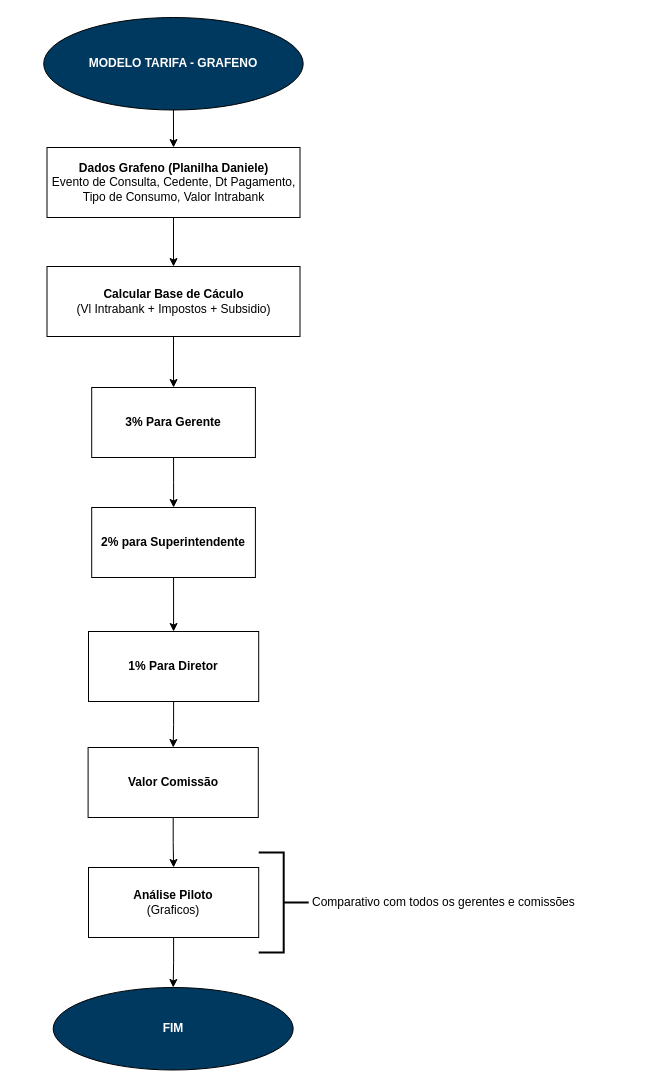
Earlier version of the draw.io diagram page "MODELO TARIFA - GRAFENO" (3 of 4) of FLUXOGRAMAS.drawio (henriquelima0/exercicios-fiap). Source tidied: cells renumbered, new cells numbered last; positions are measured from the earlier drawing's top-left corner, leaving out a move shared by most shapes. Both pictures are drawn from the tidied source at 100%, with x=0, y=0 at pixel (43, 17).
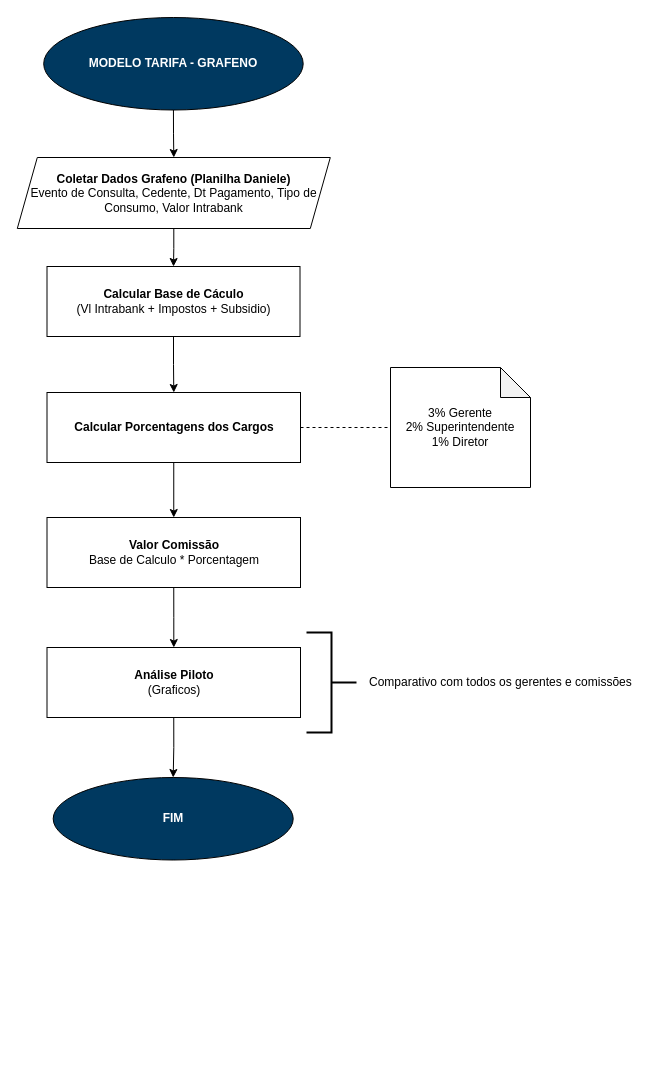
After the change.

The change refers to these unchanged cells:
```xml
<mxCell id="5" value="&lt;b&gt;Calcular Base de Cáculo &lt;/b&gt;&lt;br&gt;(Vl Intrabank + Impostos + Subsidio)" style="rounded=0;whiteSpace=wrap;html=1;" parent="1" vertex="1">
  <mxGeometry x="3.5" y="249" width="253" height="70" as="geometry" />
</mxCell>
<mxCell id="7" value="&lt;b&gt;&lt;font color=&quot;#ffffff&quot;&gt;MODELO TARIFA - GRAFENO&lt;/font&gt;&lt;/b&gt;" style="ellipse;whiteSpace=wrap;html=1;fillColor=#003960;" parent="1" vertex="1">
  <mxGeometry x="0.2" width="259.5" height="92.5" as="geometry" />
</mxCell>
```

The edit, as a diff of the source:
```diff
@@
-    <mxCell id="2" style="edgeStyle=orthogonalEdgeStyle;rounded=0;jettySize=auto;html=1;" parent="1" edge="1" source="3" target="5">
+    <mxCell id="2" style="edgeStyle=orthogonalEdgeStyle;rounded=0;jettySize=auto;html=1;exitX=0.5;exitY=1;exitDx=0;exitDy=0;" parent="1" edge="1" source="24" target="5">
       <mxGeometry relative="1" as="geometry" />
     </mxCell>
-    <mxCell id="3" value="&lt;div&gt;&lt;br&gt;&lt;/div&gt;&lt;b&gt;Dados Grafeno (Planilha Daniele)&lt;/b&gt;&lt;br&gt;Evento de Consulta, Cedente, Dt Pagamento, Tipo de Consumo, Valor Intrabank&lt;br&gt;&lt;div&gt;&lt;br&gt;&lt;/div&gt;" style="rounded=0;whiteSpace=wrap;html=1;" parent="1" vertex="1">
-      <mxGeometry x="3.5" y="130" width="253" height="70" as="geometry" />
-    </mxCell>
-    <mxCell id="4" style="edgeStyle=orthogonalEdgeStyle;rounded=0;jettySize=auto;html=1;exitX=0.5;exitY=1;exitDx=0;exitDy=0;entryX=0.5;entryY=0;entryDx=0;entryDy=0;" parent="1" edge="1" source="5" target="10">
+    <mxCell id="4" style="edgeStyle=orthogonalEdgeStyle;rounded=0;jettySize=auto;html=1;exitX=0.5;exitY=1;exitDx=0;exitDy=0;" parent="1" edge="1" source="5" target="12">
       <mxGeometry relative="1" as="geometry" />
     </mxCell>
@@
-    <mxCell id="6" style="edgeStyle=orthogonalEdgeStyle;rounded=0;jettySize=auto;html=1;exitX=0.5;exitY=1;exitDx=0;exitDy=0;" parent="1" edge="1" source="7" target="3">
+    <mxCell id="6" style="edgeStyle=orthogonalEdgeStyle;rounded=0;jettySize=auto;html=1;exitX=0.5;exitY=1;exitDx=0;exitDy=0;entryX=0.5;entryY=0;entryDx=0;entryDy=0;" parent="1" edge="1" source="7" target="24">
       <mxGeometry relative="1" as="geometry" />
     </mxCell>
@@
     <mxCell id="8" value="&lt;b&gt;&lt;font color=&quot;#ffffff&quot;&gt;FIM&lt;/font&gt;&lt;/b&gt;" style="ellipse;whiteSpace=wrap;html=1;fillColor=#003960;" parent="1" vertex="1">
-      <mxGeometry x="9.7" y="970" width="240" height="82.5" as="geometry" />
+      <mxGeometry x="9.7" y="760" width="240" height="82.5" as="geometry" />
     </mxCell>
-    <mxCell id="9" style="edgeStyle=orthogonalEdgeStyle;rounded=0;jettySize=auto;html=1;exitX=0.5;exitY=1;exitDx=0;exitDy=0;" parent="1" edge="1" source="10" target="12">
-      <mxGeometry relative="1" as="geometry" />
-    </mxCell>
-    <mxCell id="10" value="&lt;b&gt;3% Para Gerente&lt;/b&gt;" style="rounded=0;whiteSpace=wrap;html=1;" parent="1" vertex="1">
-      <mxGeometry x="48.2" y="370" width="163.7" height="70" as="geometry" />
-    </mxCell>
-    <mxCell id="11" style="edgeStyle=orthogonalEdgeStyle;rounded=0;jettySize=auto;html=1;exitX=0.5;exitY=1;exitDx=0;exitDy=0;entryX=0.5;entryY=0;entryDx=0;entryDy=0;" parent="1" edge="1" source="12" target="14">
-      <mxGeometry relative="1" as="geometry" />
-    </mxCell>
+    <mxCell id="21" style="edgeStyle=orthogonalEdgeStyle;rounded=0;jettySize=auto;html=1;exitX=0.5;exitY=1;exitDx=0;exitDy=0;entryX=0.5;entryY=0;entryDx=0;entryDy=0;" parent="1" edge="1" source="12" target="16">
+      <mxGeometry relative="1" as="geometry" />
+    </mxCell>
-    <mxCell id="12" value="&lt;b&gt;2% para Superintendente&lt;/b&gt;" style="rounded=0;whiteSpace=wrap;html=1;" parent="1" vertex="1">
-      <mxGeometry x="48.2" y="490" width="163.7" height="70" as="geometry" />
+    <mxCell id="12" value="&lt;b&gt;Calcular Porcentagens dos Cargos&lt;/b&gt;" style="rounded=0;whiteSpace=wrap;html=1;" parent="1" vertex="1">
+      <mxGeometry x="3.5" y="375" width="253.5" height="70" as="geometry" />
     </mxCell>
-    <mxCell id="13" style="edgeStyle=orthogonalEdgeStyle;rounded=0;jettySize=auto;html=1;exitX=0.5;exitY=1;exitDx=0;exitDy=0;entryX=0.5;entryY=0;entryDx=0;entryDy=0;" parent="1" edge="1" source="14" target="16">
-      <mxGeometry relative="1" as="geometry" />
-    </mxCell>
-    <mxCell id="14" value="&lt;b&gt;1% Para Diretor&lt;/b&gt;" style="rounded=0;whiteSpace=wrap;html=1;" parent="1" vertex="1">
-      <mxGeometry x="45" y="614" width="170.2" height="70" as="geometry" />
-    </mxCell>
@@
-    <mxCell id="16" value="&lt;b&gt;Valor Comissão&lt;/b&gt;" style="rounded=0;whiteSpace=wrap;html=1;" parent="1" vertex="1">
-      <mxGeometry x="44.6" y="730" width="170.2" height="70" as="geometry" />
+    <mxCell id="16" value="&lt;b&gt;Valor Comissão&lt;/b&gt;&lt;br&gt;Base de Calculo * Porcentagem" style="rounded=0;whiteSpace=wrap;html=1;" parent="1" vertex="1">
+      <mxGeometry x="3.5" y="500" width="253.5" height="70" as="geometry" />
     </mxCell>
@@
     <mxCell id="18" value="&lt;b&gt;Análise Piloto&lt;/b&gt;&lt;br&gt;(Graficos)" style="rounded=0;whiteSpace=wrap;html=1;" parent="1" vertex="1">
-      <mxGeometry x="45" y="850" width="170.2" height="70" as="geometry" />
+      <mxGeometry x="3.5" y="630" width="253.5" height="70" as="geometry" />
     </mxCell>
     <mxCell id="19" style="strokeWidth=2;html=1;shape=mxgraph.flowchart.annotation_2;align=left;labelPosition=right;direction=west;fillColor=#003960;" parent="1" vertex="1">
-      <mxGeometry x="215.2" y="835" width="50" height="100" as="geometry" />
+      <mxGeometry x="263" y="615" width="50" height="100" as="geometry" />
     </mxCell>
     <mxCell id="20" value="&lt;h1 style=&quot;margin-top: 0px;&quot;&gt;&lt;span style=&quot;font-size: 12px; font-weight: 400;&quot;&gt;Comparativo com todos os gerentes e comissões&lt;/span&gt;&lt;/h1&gt;&lt;div&gt;&lt;span style=&quot;font-size: 12px; font-weight: 400;&quot;&gt;&lt;br&gt;&lt;/span&gt;&lt;/div&gt;" style="text;html=1;whiteSpace=wrap;overflow=hidden;rounded=0;" parent="1" vertex="1">
-      <mxGeometry x="267" y="860" width="280" height="50" as="geometry" />
+      <mxGeometry x="324" y="640" width="280" height="50" as="geometry" />
     </mxCell>
+    <mxCell id="22" value="&lt;div&gt;3% Gerente&lt;br&gt;2% Superintendente&lt;/div&gt;1% Diretor" style="shape=note;whiteSpace=wrap;html=1;backgroundOutline=1;darkOpacity=0.05;" parent="1" vertex="1">
+      <mxGeometry x="347" y="350" width="140" height="120" as="geometry" />
+    </mxCell>
+    <mxCell id="23" style="endArrow=none;dashed=1;html=1;rounded=0;entryX=0;entryY=0.5;entryDx=0;entryDy=0;entryPerimeter=0;exitX=1;exitY=0.5;exitDx=0;exitDy=0;" parent="1" edge="1" source="12" target="22">
+      <mxGeometry relative="1" as="geometry" />
+    </mxCell>
+    <mxCell id="24" value="&lt;div&gt;&lt;br&gt;&lt;/div&gt;&lt;div&gt;&lt;b&gt;Coletar Dados Grafeno (Planilha Daniele)&lt;/b&gt;&lt;br&gt;Evento de Consulta, Cedente, Dt Pagamento, Tipo de Consumo, Valor Intrabank&lt;br&gt;&lt;div&gt;&lt;br&gt;&lt;/div&gt;&lt;/div&gt;" style="shape=parallelogram;perimeter=parallelogramPerimeter;whiteSpace=wrap;html=1;fixedSize=1;" parent="1" vertex="1">
+      <mxGeometry x="-26.2" y="140" width="313" height="71" as="geometry" />
+    </mxCell>
```
